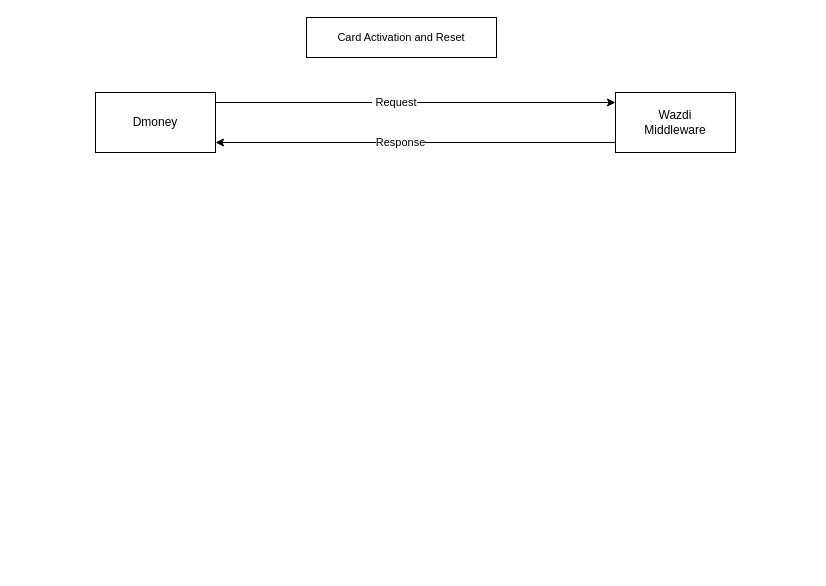
This is page "Card Activate API" (2 of 6) of Untitled Diagram.drawio from hanifuddin15/LocalApiTest, a draw.io file, before an edit. Source tidied: cells renumbered, new cells numbered last; positions are measured from the earlier drawing's top-left corner, leaving out a move shared by most shapes. Both pictures are drawn from the tidied source at 100%, with x=0, y=0 at pixel (95, 17).
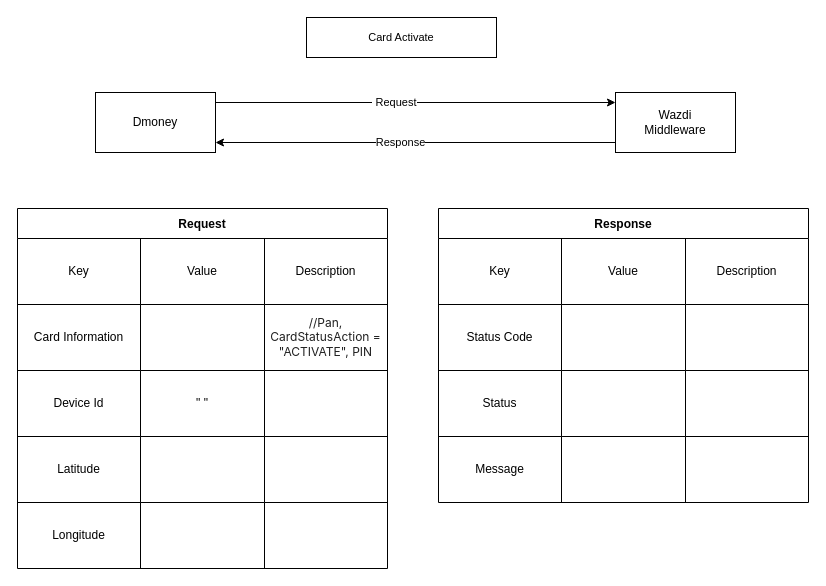
The same page after the edit.

Diff of the diagram source:
```diff
@@
-    <mxCell id="8" value="&lt;span style=&quot;font-size: 11px; background-color: rgb(255, 255, 255);&quot;&gt;Card Activation and Reset&lt;/span&gt;" style="rounded=0;whiteSpace=wrap;html=1;" parent="1" vertex="1">
+    <mxCell id="8" value="&lt;span style=&quot;font-size: 11px; background-color: rgb(255, 255, 255);&quot;&gt;Card Activate&lt;/span&gt;" style="rounded=0;whiteSpace=wrap;html=1;" parent="1" vertex="1">
       <mxGeometry x="211" width="190" height="40" as="geometry" />
     </mxCell>
+    <mxCell id="9" value="Request" style="shape=table;startSize=30;childLayout=tableLayout;fontStyle=1;align=center;" parent="1" vertex="1">
+      <mxGeometry x="-78" y="191" width="370" height="360" as="geometry" />
+    </mxCell>
+    <mxCell id="10" style="shape=tableRow;horizontal=0;startSize=0;swimlaneHead=0;swimlaneBody=0;top=0;left=0;bottom=0;right=0;fillColor=none;" parent="9" vertex="1">
+      <mxGeometry y="30" width="370" height="66" as="geometry" />
+    </mxCell>
+    <mxCell id="11" value="Key" style="shape=partialRectangle;html=1;whiteSpace=wrap;fillColor=none;top=0;left=0;bottom=0;right=0;overflow=hidden;" parent="10" vertex="1">
+      <mxGeometry width="123" height="66" as="geometry" />
+    </mxCell>
+    <mxCell id="12" value="Value" style="shape=partialRectangle;html=1;whiteSpace=wrap;fillColor=none;top=0;left=0;bottom=0;right=0;overflow=hidden;" parent="10" vertex="1">
+      <mxGeometry x="123" width="124" height="66" as="geometry" />
+    </mxCell>
+    <mxCell id="13" value="Description" style="shape=partialRectangle;html=1;whiteSpace=wrap;fillColor=none;top=0;left=0;bottom=0;right=0;overflow=hidden;" parent="10" vertex="1">
+      <mxGeometry x="247" width="123" height="66" as="geometry" />
+    </mxCell>
+    <mxCell id="14" style="shape=tableRow;horizontal=0;startSize=0;swimlaneHead=0;swimlaneBody=0;top=0;left=0;bottom=0;right=0;fillColor=none;" parent="9" vertex="1">
+      <mxGeometry y="96" width="370" height="66" as="geometry" />
+    </mxCell>
+    <mxCell id="15" value="Card Information" style="shape=partialRectangle;html=1;whiteSpace=wrap;fillColor=none;top=0;left=0;bottom=0;right=0;overflow=hidden;" parent="14" vertex="1">
+      <mxGeometry width="123" height="66" as="geometry" />
+    </mxCell>
+    <mxCell id="16" style="shape=partialRectangle;html=1;whiteSpace=wrap;fillColor=none;top=0;left=0;bottom=0;right=0;overflow=hidden;" parent="14" vertex="1">
+      <mxGeometry x="123" width="124" height="66" as="geometry" />
+    </mxCell>
+    <mxCell id="17" value="&lt;span style=&quot;color: rgb(33, 33, 33); font-family: Inter, system-ui, -apple-system, BlinkMacSystemFont, &amp;quot;Segoe UI&amp;quot;, Roboto, Oxygen, Ubuntu, Cantarell, &amp;quot;Fira Sans&amp;quot;, &amp;quot;Droid Sans&amp;quot;, Helvetica, Arial, sans-serif; font-size: 12px; font-style: normal; font-variant-ligatures: normal; font-variant-caps: normal; font-weight: 400; letter-spacing: normal; orphans: 2; text-align: left; text-indent: 0px; text-transform: none; widows: 2; word-spacing: 0px; -webkit-text-stroke-width: 0px; background-color: rgb(255, 255, 255); text-decoration-thickness: initial; text-decoration-style: initial; text-decoration-color: initial; float: none; display: inline !important;&quot;&gt;//Pan,  CardStatusAction = &quot;ACTIVATE&quot;, PIN&lt;/span&gt;&lt;br&gt;" style="shape=partialRectangle;html=1;whiteSpace=wrap;fillColor=none;top=0;left=0;bottom=0;right=0;overflow=hidden;" parent="14" vertex="1">
+      <mxGeometry x="247" width="123" height="66" as="geometry" />
+    </mxCell>
+    <mxCell id="18" style="shape=tableRow;horizontal=0;startSize=0;swimlaneHead=0;swimlaneBody=0;top=0;left=0;bottom=0;right=0;fillColor=none;" parent="9" vertex="1">
+      <mxGeometry y="162" width="370" height="66" as="geometry" />
+    </mxCell>
+    <mxCell id="19" value="Device Id" style="shape=partialRectangle;html=1;whiteSpace=wrap;fillColor=none;top=0;left=0;bottom=0;right=0;overflow=hidden;" parent="18" vertex="1">
+      <mxGeometry width="123" height="66" as="geometry" />
+    </mxCell>
+    <mxCell id="20" value="&quot; &quot;" style="shape=partialRectangle;html=1;whiteSpace=wrap;fillColor=none;top=0;left=0;bottom=0;right=0;overflow=hidden;" parent="18" vertex="1">
+      <mxGeometry x="123" width="124" height="66" as="geometry" />
+    </mxCell>
+    <mxCell id="21" style="shape=partialRectangle;html=1;whiteSpace=wrap;fillColor=none;top=0;left=0;bottom=0;right=0;overflow=hidden;" parent="18" vertex="1">
+      <mxGeometry x="247" width="123" height="66" as="geometry" />
+    </mxCell>
+    <mxCell id="22" style="shape=tableRow;horizontal=0;startSize=0;swimlaneHead=0;swimlaneBody=0;top=0;left=0;bottom=0;right=0;fillColor=none;" parent="9" vertex="1">
+      <mxGeometry y="228" width="370" height="66" as="geometry" />
+    </mxCell>
+    <mxCell id="23" value="Latitude" style="shape=partialRectangle;html=1;whiteSpace=wrap;fillColor=none;top=0;left=0;bottom=0;right=0;overflow=hidden;" parent="22" vertex="1">
+      <mxGeometry width="123" height="66" as="geometry" />
+    </mxCell>
+    <mxCell id="24" style="shape=partialRectangle;html=1;whiteSpace=wrap;fillColor=none;top=0;left=0;bottom=0;right=0;overflow=hidden;" parent="22" vertex="1">
+      <mxGeometry x="123" width="124" height="66" as="geometry" />
+    </mxCell>
+    <mxCell id="25" style="shape=partialRectangle;html=1;whiteSpace=wrap;fillColor=none;top=0;left=0;bottom=0;right=0;overflow=hidden;" parent="22" vertex="1">
+      <mxGeometry x="247" width="123" height="66" as="geometry" />
+    </mxCell>
+    <mxCell id="26" style="shape=tableRow;horizontal=0;startSize=0;swimlaneHead=0;swimlaneBody=0;top=0;left=0;bottom=0;right=0;fillColor=none;" parent="9" vertex="1">
+      <mxGeometry y="294" width="370" height="66" as="geometry" />
+    </mxCell>
+    <mxCell id="27" value="Longitude" style="shape=partialRectangle;html=1;whiteSpace=wrap;fillColor=none;top=0;left=0;bottom=0;right=0;overflow=hidden;" parent="26" vertex="1">
+      <mxGeometry width="123" height="66" as="geometry" />
+    </mxCell>
+    <mxCell id="28" style="shape=partialRectangle;html=1;whiteSpace=wrap;fillColor=none;top=0;left=0;bottom=0;right=0;overflow=hidden;" parent="26" vertex="1">
+      <mxGeometry x="123" width="124" height="66" as="geometry" />
+    </mxCell>
+    <mxCell id="29" style="shape=partialRectangle;html=1;whiteSpace=wrap;fillColor=none;top=0;left=0;bottom=0;right=0;overflow=hidden;" parent="26" vertex="1">
+      <mxGeometry x="247" width="123" height="66" as="geometry" />
+    </mxCell>
+    <mxCell id="30" value="Response" style="shape=table;startSize=30;childLayout=tableLayout;fontStyle=1;align=center;" parent="1" vertex="1">
+      <mxGeometry x="343" y="191" width="370" height="294" as="geometry" />
+    </mxCell>
+    <mxCell id="31" style="shape=tableRow;horizontal=0;startSize=0;swimlaneHead=0;swimlaneBody=0;top=0;left=0;bottom=0;right=0;fillColor=none;" parent="30" vertex="1">
+      <mxGeometry y="30" width="370" height="66" as="geometry" />
+    </mxCell>
+    <mxCell id="32" value="Key" style="shape=partialRectangle;html=1;whiteSpace=wrap;fillColor=none;top=0;left=0;bottom=0;right=0;overflow=hidden;" parent="31" vertex="1">
+      <mxGeometry width="123" height="66" as="geometry" />
+    </mxCell>
+    <mxCell id="33" value="Value" style="shape=partialRectangle;html=1;whiteSpace=wrap;fillColor=none;top=0;left=0;bottom=0;right=0;overflow=hidden;" parent="31" vertex="1">
+      <mxGeometry x="123" width="124" height="66" as="geometry" />
+    </mxCell>
+    <mxCell id="34" value="Description" style="shape=partialRectangle;html=1;whiteSpace=wrap;fillColor=none;top=0;left=0;bottom=0;right=0;overflow=hidden;" parent="31" vertex="1">
+      <mxGeometry x="247" width="123" height="66" as="geometry" />
+    </mxCell>
+    <mxCell id="35" style="shape=tableRow;horizontal=0;startSize=0;swimlaneHead=0;swimlaneBody=0;top=0;left=0;bottom=0;right=0;fillColor=none;" parent="30" vertex="1">
+      <mxGeometry y="96" width="370" height="66" as="geometry" />
+    </mxCell>
+    <mxCell id="36" value="Status Code" style="shape=partialRectangle;html=1;whiteSpace=wrap;fillColor=none;top=0;left=0;bottom=0;right=0;overflow=hidden;" parent="35" vertex="1">
+      <mxGeometry width="123" height="66" as="geometry" />
+    </mxCell>
+    <mxCell id="37" style="shape=partialRectangle;html=1;whiteSpace=wrap;fillColor=none;top=0;left=0;bottom=0;right=0;overflow=hidden;" parent="35" vertex="1">
+      <mxGeometry x="123" width="124" height="66" as="geometry" />
+    </mxCell>
+    <mxCell id="38" style="shape=partialRectangle;html=1;whiteSpace=wrap;fillColor=none;top=0;left=0;bottom=0;right=0;overflow=hidden;" parent="35" vertex="1">
+      <mxGeometry x="247" width="123" height="66" as="geometry" />
+    </mxCell>
+    <mxCell id="39" style="shape=tableRow;horizontal=0;startSize=0;swimlaneHead=0;swimlaneBody=0;top=0;left=0;bottom=0;right=0;fillColor=none;" parent="30" vertex="1">
+      <mxGeometry y="162" width="370" height="66" as="geometry" />
+    </mxCell>
+    <mxCell id="40" value="Status" style="shape=partialRectangle;html=1;whiteSpace=wrap;fillColor=none;top=0;left=0;bottom=0;right=0;overflow=hidden;" parent="39" vertex="1">
+      <mxGeometry width="123" height="66" as="geometry" />
+    </mxCell>
+    <mxCell id="41" style="shape=partialRectangle;html=1;whiteSpace=wrap;fillColor=none;top=0;left=0;bottom=0;right=0;overflow=hidden;" parent="39" vertex="1">
+      <mxGeometry x="123" width="124" height="66" as="geometry" />
+    </mxCell>
+    <mxCell id="42" style="shape=partialRectangle;html=1;whiteSpace=wrap;fillColor=none;top=0;left=0;bottom=0;right=0;overflow=hidden;" parent="39" vertex="1">
+      <mxGeometry x="247" width="123" height="66" as="geometry" />
+    </mxCell>
+    <mxCell id="43" style="shape=tableRow;horizontal=0;startSize=0;swimlaneHead=0;swimlaneBody=0;top=0;left=0;bottom=0;right=0;fillColor=none;" parent="30" vertex="1">
+      <mxGeometry y="228" width="370" height="66" as="geometry" />
+    </mxCell>
+    <mxCell id="44" value="Message" style="shape=partialRectangle;html=1;whiteSpace=wrap;fillColor=none;top=0;left=0;bottom=0;right=0;overflow=hidden;" parent="43" vertex="1">
+      <mxGeometry width="123" height="66" as="geometry" />
+    </mxCell>
+    <mxCell id="45" style="shape=partialRectangle;html=1;whiteSpace=wrap;fillColor=none;top=0;left=0;bottom=0;right=0;overflow=hidden;" parent="43" vertex="1">
+      <mxGeometry x="123" width="124" height="66" as="geometry" />
+    </mxCell>
+    <mxCell id="46" style="shape=partialRectangle;html=1;whiteSpace=wrap;fillColor=none;top=0;left=0;bottom=0;right=0;overflow=hidden;" parent="43" vertex="1">
+      <mxGeometry x="247" width="123" height="66" as="geometry" />
+    </mxCell>
```
